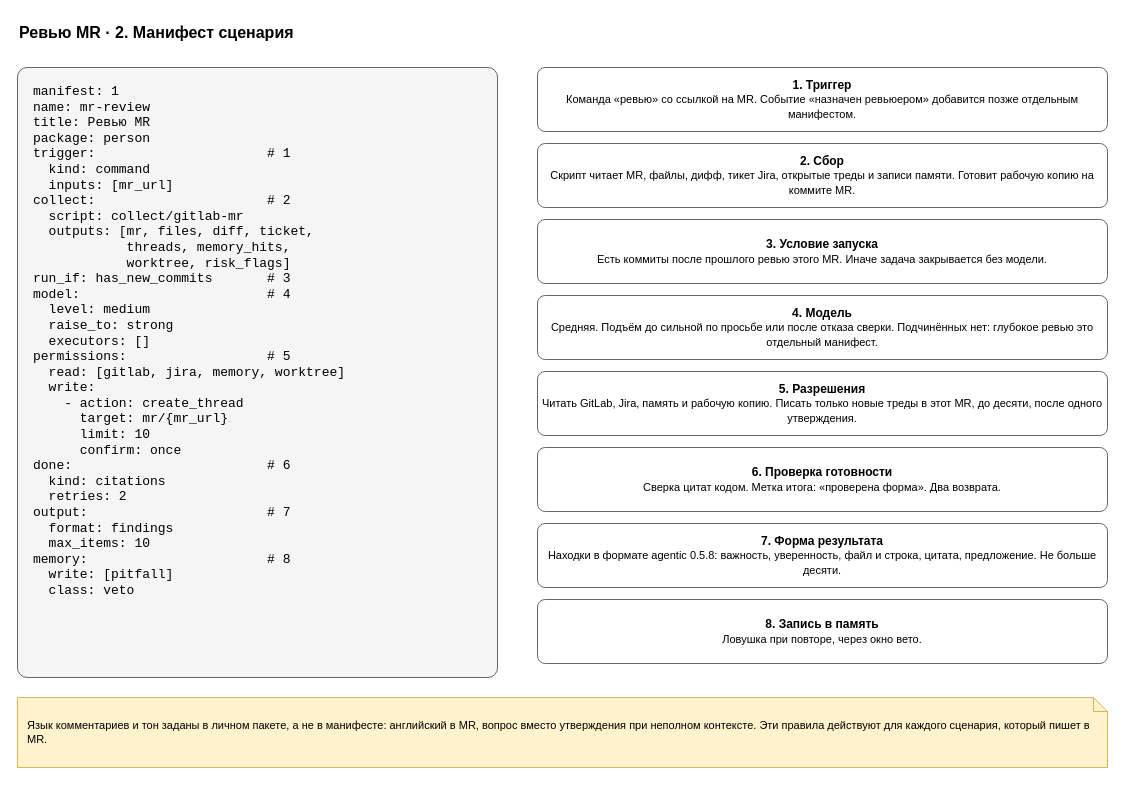
Above: page "2. Манифест" (2 of 7) of docs/spec/harness-instance-mr-review.drawio in roygkov/reins (draw.io), before the change. Source tidied: cells renumbered, new cells numbered last; positions are measured from the earlier drawing's top-left corner, leaving out a move shared by most shapes. Both pictures are drawn from the tidied source at 100%, with x=0, y=0 at pixel (17, 17).
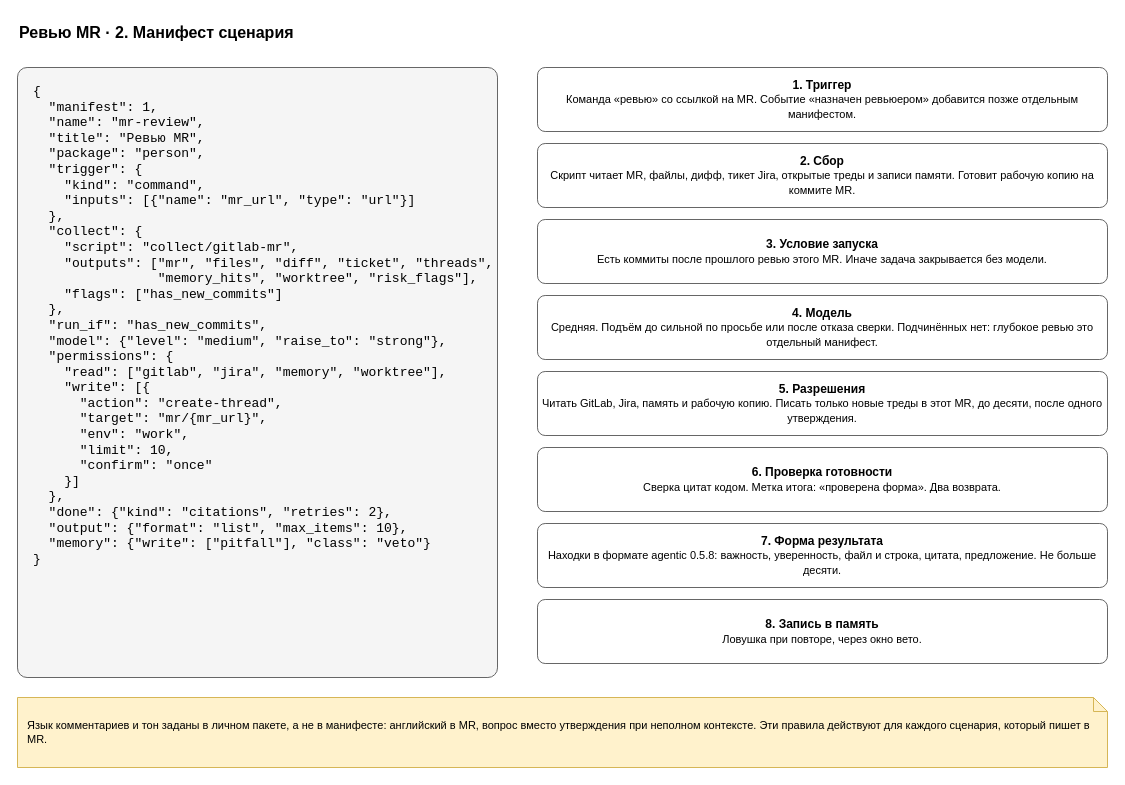
The same page after the edit.

Diff of the diagram source:
```diff
@@
 <mxGraphModel>
   <root>
     <mxCell id="0" />
     <mxCell id="1" parent="0" />
     <mxCell id="2" value="Ревью MR · 2. Манифест сценария" style="text;html=1;align=left;verticalAlign=middle;whiteSpace=wrap;fontSize=16;strokeColor=none;fillColor=none;fontStyle=1;" parent="1" vertex="1">
       <mxGeometry width="900" height="30" as="geometry" />
     </mxCell>
-    <mxCell id="3" value="manifest:&amp;nbsp;1&lt;br&gt;name:&amp;nbsp;mr-review&lt;br&gt;title:&amp;nbsp;Ревью&amp;nbsp;MR&lt;br&gt;package:&amp;nbsp;person&lt;br&gt;trigger:&amp;nbsp;&amp;nbsp;&amp;nbsp;&amp;nbsp;&amp;nbsp;&amp;nbsp;&amp;nbsp;&amp;nbsp;&amp;nbsp;&amp;nbsp;&amp;nbsp;&amp;nbsp;&amp;nbsp;&amp;nbsp;&amp;nbsp;&amp;nbsp;&amp;nbsp;&amp;nbsp;&amp;nbsp;&amp;nbsp;&amp;nbsp;&amp;nbsp;#&amp;nbsp;1&lt;br&gt;&amp;nbsp;&amp;nbsp;kind:&amp;nbsp;command&lt;br&gt;&amp;nbsp;&amp;nbsp;inputs:&amp;nbsp;[mr_url]&lt;br&gt;collect:&amp;nbsp;&amp;nbsp;&amp;nbsp;&amp;nbsp;&amp;nbsp;&amp;nbsp;&amp;nbsp;&amp;nbsp;&amp;nbsp;&amp;nbsp;&amp;nbsp;&amp;nbsp;&amp;nbsp;&amp;nbsp;&amp;nbsp;&amp;nbsp;&amp;nbsp;&amp;nbsp;&amp;nbsp;&amp;nbsp;&amp;nbsp;&amp;nbsp;#&amp;nbsp;2&lt;br&gt;&amp;nbsp;&amp;nbsp;script:&amp;nbsp;collect/gitlab-mr&lt;br&gt;&amp;nbsp;&amp;nbsp;outputs:&amp;nbsp;[mr,&amp;nbsp;files,&amp;nbsp;diff,&amp;nbsp;ticket,&lt;br&gt;&amp;nbsp;&amp;nbsp;&amp;nbsp;&amp;nbsp;&amp;nbsp;&amp;nbsp;&amp;nbsp;&amp;nbsp;&amp;nbsp;&amp;nbsp;&amp;nbsp;&amp;nbsp;threads,&amp;nbsp;memory_hits,&lt;br&gt;&amp;nbsp;&amp;nbsp;&amp;nbsp;&amp;nbsp;&amp;nbsp;&amp;nbsp;&amp;nbsp;&amp;nbsp;&amp;nbsp;&amp;nbsp;&amp;nbsp;&amp;nbsp;worktree,&amp;nbsp;risk_flags]&lt;br&gt;run_if:&amp;nbsp;has_new_commits&amp;nbsp;&amp;nbsp;&amp;nbsp;&amp;nbsp;&amp;nbsp;&amp;nbsp;&amp;nbsp;#&amp;nbsp;3&lt;br&gt;model:&amp;nbsp;&amp;nbsp;&amp;nbsp;&amp;nbsp;&amp;nbsp;&amp;nbsp;&amp;nbsp;&amp;nbsp;&amp;nbsp;&amp;nbsp;&amp;nbsp;&amp;nbsp;&amp;nbsp;&amp;nbsp;&amp;nbsp;&amp;nbsp;&amp;nbsp;&amp;nbsp;&amp;nbsp;&amp;nbsp;&amp;nbsp;&amp;nbsp;&amp;nbsp;&amp;nbsp;#&amp;nbsp;4&lt;br&gt;&amp;nbsp;&amp;nbsp;level:&amp;nbsp;medium&lt;br&gt;&amp;nbsp;&amp;nbsp;raise_to:&amp;nbsp;strong&lt;br&gt;&amp;nbsp;&amp;nbsp;executors:&amp;nbsp;[]&lt;br&gt;permissions:&amp;nbsp;&amp;nbsp;&amp;nbsp;&amp;nbsp;&amp;nbsp;&amp;nbsp;&amp;nbsp;&amp;nbsp;&amp;nbsp;&amp;nbsp;&amp;nbsp;&amp;nbsp;&amp;nbsp;&amp;nbsp;&amp;nbsp;&amp;nbsp;&amp;nbsp;&amp;nbsp;#&amp;nbsp;5&lt;br&gt;&amp;nbsp;&amp;nbsp;read:&amp;nbsp;[gitlab,&amp;nbsp;jira,&amp;nbsp;memory,&amp;nbsp;worktree]&lt;br&gt;&amp;nbsp;&amp;nbsp;write:&lt;br&gt;&amp;nbsp;&amp;nbsp;&amp;nbsp;&amp;nbsp;-&amp;nbsp;action:&amp;nbsp;create_thread&lt;br&gt;&amp;nbsp;&amp;nbsp;&amp;nbsp;&amp;nbsp;&amp;nbsp;&amp;nbsp;target:&amp;nbsp;mr/{mr_url}&lt;br&gt;&amp;nbsp;&amp;nbsp;&amp;nbsp;&amp;nbsp;&amp;nbsp;&amp;nbsp;limit:&amp;nbsp;10&lt;br&gt;&amp;nbsp;&amp;nbsp;&amp;nbsp;&amp;nbsp;&amp;nbsp;&amp;nbsp;confirm:&amp;nbsp;once&lt;br&gt;done:&amp;nbsp;&amp;nbsp;&amp;nbsp;&amp;nbsp;&amp;nbsp;&amp;nbsp;&amp;nbsp;&amp;nbsp;&amp;nbsp;&amp;nbsp;&amp;nbsp;&amp;nbsp;&amp;nbsp;&amp;nbsp;&amp;nbsp;&amp;nbsp;&amp;nbsp;&amp;nbsp;&amp;nbsp;&amp;nbsp;&amp;nbsp;&amp;nbsp;&amp;nbsp;&amp;nbsp;&amp;nbsp;#&amp;nbsp;6&lt;br&gt;&amp;nbsp;&amp;nbsp;kind:&amp;nbsp;citations&lt;br&gt;&amp;nbsp;&amp;nbsp;retries:&amp;nbsp;2&lt;br&gt;output:&amp;nbsp;&amp;nbsp;&amp;nbsp;&amp;nbsp;&amp;nbsp;&amp;nbsp;&amp;nbsp;&amp;nbsp;&amp;nbsp;&amp;nbsp;&amp;nbsp;&amp;nbsp;&amp;nbsp;&amp;nbsp;&amp;nbsp;&amp;nbsp;&amp;nbsp;&amp;nbsp;&amp;nbsp;&amp;nbsp;&amp;nbsp;&amp;nbsp;&amp;nbsp;#&amp;nbsp;7&lt;br&gt;&amp;nbsp;&amp;nbsp;format:&amp;nbsp;findings&lt;br&gt;&amp;nbsp;&amp;nbsp;max_items:&amp;nbsp;10&lt;br&gt;memory:&amp;nbsp;&amp;nbsp;&amp;nbsp;&amp;nbsp;&amp;nbsp;&amp;nbsp;&amp;nbsp;&amp;nbsp;&amp;nbsp;&amp;nbsp;&amp;nbsp;&amp;nbsp;&amp;nbsp;&amp;nbsp;&amp;nbsp;&amp;nbsp;&amp;nbsp;&amp;nbsp;&amp;nbsp;&amp;nbsp;&amp;nbsp;&amp;nbsp;&amp;nbsp;#&amp;nbsp;8&lt;br&gt;&amp;nbsp;&amp;nbsp;write:&amp;nbsp;[pitfall]&lt;br&gt;&amp;nbsp;&amp;nbsp;class:&amp;nbsp;veto" style="rounded=1;whiteSpace=wrap;html=1;fillColor=#f5f5f5;strokeColor=#666666;arcSize=2;align=left;verticalAlign=top;spacingLeft=14;spacingTop=10;fontFamily=Courier New;fontSize=13;" parent="1" vertex="1">
+    <mxCell id="3" value="{&lt;br&gt;&amp;nbsp;&amp;nbsp;&quot;manifest&quot;:&amp;nbsp;1,&lt;br&gt;&amp;nbsp;&amp;nbsp;&quot;name&quot;:&amp;nbsp;&quot;mr-review&quot;,&lt;br&gt;&amp;nbsp;&amp;nbsp;&quot;title&quot;:&amp;nbsp;&quot;Ревью&amp;nbsp;MR&quot;,&lt;br&gt;&amp;nbsp;&amp;nbsp;&quot;package&quot;:&amp;nbsp;&quot;person&quot;,&lt;br&gt;&amp;nbsp;&amp;nbsp;&quot;trigger&quot;:&amp;nbsp;{&lt;br&gt;&amp;nbsp;&amp;nbsp;&amp;nbsp;&amp;nbsp;&quot;kind&quot;:&amp;nbsp;&quot;command&quot;,&lt;br&gt;&amp;nbsp;&amp;nbsp;&amp;nbsp;&amp;nbsp;&quot;inputs&quot;:&amp;nbsp;[{&quot;name&quot;:&amp;nbsp;&quot;mr_url&quot;,&amp;nbsp;&quot;type&quot;:&amp;nbsp;&quot;url&quot;}]&lt;br&gt;&amp;nbsp;&amp;nbsp;},&lt;br&gt;&amp;nbsp;&amp;nbsp;&quot;collect&quot;:&amp;nbsp;{&lt;br&gt;&amp;nbsp;&amp;nbsp;&amp;nbsp;&amp;nbsp;&quot;script&quot;:&amp;nbsp;&quot;collect/gitlab-mr&quot;,&lt;br&gt;&amp;nbsp;&amp;nbsp;&amp;nbsp;&amp;nbsp;&quot;outputs&quot;:&amp;nbsp;[&quot;mr&quot;,&amp;nbsp;&quot;files&quot;,&amp;nbsp;&quot;diff&quot;,&amp;nbsp;&quot;ticket&quot;,&amp;nbsp;&quot;threads&quot;,&lt;br&gt;&amp;nbsp;&amp;nbsp;&amp;nbsp;&amp;nbsp;&amp;nbsp;&amp;nbsp;&amp;nbsp;&amp;nbsp;&amp;nbsp;&amp;nbsp;&amp;nbsp;&amp;nbsp;&amp;nbsp;&amp;nbsp;&amp;nbsp;&amp;nbsp;&quot;memory_hits&quot;,&amp;nbsp;&quot;worktree&quot;,&amp;nbsp;&quot;risk_flags&quot;],&lt;br&gt;&amp;nbsp;&amp;nbsp;&amp;nbsp;&amp;nbsp;&quot;flags&quot;:&amp;nbsp;[&quot;has_new_commits&quot;]&lt;br&gt;&amp;nbsp;&amp;nbsp;},&lt;br&gt;&amp;nbsp;&amp;nbsp;&quot;run_if&quot;:&amp;nbsp;&quot;has_new_commits&quot;,&lt;br&gt;&amp;nbsp;&amp;nbsp;&quot;model&quot;:&amp;nbsp;{&quot;level&quot;:&amp;nbsp;&quot;medium&quot;,&amp;nbsp;&quot;raise_to&quot;:&amp;nbsp;&quot;strong&quot;},&lt;br&gt;&amp;nbsp;&amp;nbsp;&quot;permissions&quot;:&amp;nbsp;{&lt;br&gt;&amp;nbsp;&amp;nbsp;&amp;nbsp;&amp;nbsp;&quot;read&quot;:&amp;nbsp;[&quot;gitlab&quot;,&amp;nbsp;&quot;jira&quot;,&amp;nbsp;&quot;memory&quot;,&amp;nbsp;&quot;worktree&quot;],&lt;br&gt;&amp;nbsp;&amp;nbsp;&amp;nbsp;&amp;nbsp;&quot;write&quot;:&amp;nbsp;[{&lt;br&gt;&amp;nbsp;&amp;nbsp;&amp;nbsp;&amp;nbsp;&amp;nbsp;&amp;nbsp;&quot;action&quot;:&amp;nbsp;&quot;create-thread&quot;,&lt;br&gt;&amp;nbsp;&amp;nbsp;&amp;nbsp;&amp;nbsp;&amp;nbsp;&amp;nbsp;&quot;target&quot;:&amp;nbsp;&quot;mr/{mr_url}&quot;,&lt;br&gt;&amp;nbsp;&amp;nbsp;&amp;nbsp;&amp;nbsp;&amp;nbsp;&amp;nbsp;&quot;env&quot;:&amp;nbsp;&quot;work&quot;,&lt;br&gt;&amp;nbsp;&amp;nbsp;&amp;nbsp;&amp;nbsp;&amp;nbsp;&amp;nbsp;&quot;limit&quot;:&amp;nbsp;10,&lt;br&gt;&amp;nbsp;&amp;nbsp;&amp;nbsp;&amp;nbsp;&amp;nbsp;&amp;nbsp;&quot;confirm&quot;:&amp;nbsp;&quot;once&quot;&lt;br&gt;&amp;nbsp;&amp;nbsp;&amp;nbsp;&amp;nbsp;}]&lt;br&gt;&amp;nbsp;&amp;nbsp;},&lt;br&gt;&amp;nbsp;&amp;nbsp;&quot;done&quot;:&amp;nbsp;{&quot;kind&quot;:&amp;nbsp;&quot;citations&quot;,&amp;nbsp;&quot;retries&quot;:&amp;nbsp;2},&lt;br&gt;&amp;nbsp;&amp;nbsp;&quot;output&quot;:&amp;nbsp;{&quot;format&quot;:&amp;nbsp;&quot;list&quot;,&amp;nbsp;&quot;max_items&quot;:&amp;nbsp;10},&lt;br&gt;&amp;nbsp;&amp;nbsp;&quot;memory&quot;:&amp;nbsp;{&quot;write&quot;:&amp;nbsp;[&quot;pitfall&quot;],&amp;nbsp;&quot;class&quot;:&amp;nbsp;&quot;veto&quot;}&lt;br&gt;}" style="rounded=1;whiteSpace=wrap;html=1;fillColor=#f5f5f5;strokeColor=#666666;arcSize=2;align=left;verticalAlign=top;spacingLeft=14;spacingTop=10;fontFamily=Courier New;fontSize=13;" parent="1" vertex="1">
       <mxGeometry y="50" width="480" height="610" as="geometry" />
     </mxCell>
     <mxCell id="4" value="&lt;b&gt;1. Триггер&lt;/b&gt;&lt;br&gt;&lt;font style=&quot;font-size:11px&quot;&gt;Команда «ревью» со ссылкой на MR. Событие «назначен ревьюером» добавится позже отдельным манифестом.&lt;/font&gt;" style="rounded=1;whiteSpace=wrap;html=1;fillColor=#ffffff;strokeColor=#666666;arcSize=12;" parent="1" vertex="1">
       <mxGeometry x="520" y="50" width="570" height="64" as="geometry" />
     </mxCell>
     <mxCell id="5" value="&lt;b&gt;2. Сбор&lt;/b&gt;&lt;br&gt;&lt;font style=&quot;font-size:11px&quot;&gt;Скрипт читает MR, файлы, дифф, тикет Jira, открытые треды и записи памяти. Готовит рабочую копию на коммите MR.&lt;/font&gt;" style="rounded=1;whiteSpace=wrap;html=1;fillColor=#ffffff;strokeColor=#666666;arcSize=12;" parent="1" vertex="1">
       <mxGeometry x="520" y="126" width="570" height="64" as="geometry" />
     </mxCell>
     <mxCell id="6" value="&lt;b&gt;3. Условие запуска&lt;/b&gt;&lt;br&gt;&lt;font style=&quot;font-size:11px&quot;&gt;Есть коммиты после прошлого ревью этого MR. Иначе задача закрывается без модели.&lt;/font&gt;" style="rounded=1;whiteSpace=wrap;html=1;fillColor=#ffffff;strokeColor=#666666;arcSize=12;" parent="1" vertex="1">
       <mxGeometry x="520" y="202" width="570" height="64" as="geometry" />
     </mxCell>
     <mxCell id="7" value="&lt;b&gt;4. Модель&lt;/b&gt;&lt;br&gt;&lt;font style=&quot;font-size:11px&quot;&gt;Средняя. Подъём до сильной по просьбе или после отказа сверки. Подчинённых нет: глубокое ревью это отдельный манифест.&lt;/font&gt;" style="rounded=1;whiteSpace=wrap;html=1;fillColor=#ffffff;strokeColor=#666666;arcSize=12;" parent="1" vertex="1">
       <mxGeometry x="520" y="278" width="570" height="64" as="geometry" />
     </mxCell>
     <mxCell id="8" value="&lt;b&gt;5. Разрешения&lt;/b&gt;&lt;br&gt;&lt;font style=&quot;font-size:11px&quot;&gt;Читать GitLab, Jira, память и рабочую копию. Писать только новые треды в этот MR, до десяти, после одного утверждения.&lt;/font&gt;" style="rounded=1;whiteSpace=wrap;html=1;fillColor=#ffffff;strokeColor=#666666;arcSize=12;" parent="1" vertex="1">
       <mxGeometry x="520" y="354" width="570" height="64" as="geometry" />
     </mxCell>
     <mxCell id="9" value="&lt;b&gt;6. Проверка готовности&lt;/b&gt;&lt;br&gt;&lt;font style=&quot;font-size:11px&quot;&gt;Сверка цитат кодом. Метка итога: «проверена форма». Два возврата.&lt;/font&gt;" style="rounded=1;whiteSpace=wrap;html=1;fillColor=#ffffff;strokeColor=#666666;arcSize=12;" parent="1" vertex="1">
       <mxGeometry x="520" y="430" width="570" height="64" as="geometry" />
     </mxCell>
     <mxCell id="10" value="&lt;b&gt;7. Форма результата&lt;/b&gt;&lt;br&gt;&lt;font style=&quot;font-size:11px&quot;&gt;Находки в формате agentic 0.5.8: важность, уверенность, файл и строка, цитата, предложение. Не больше десяти.&lt;/font&gt;" style="rounded=1;whiteSpace=wrap;html=1;fillColor=#ffffff;strokeColor=#666666;arcSize=12;" parent="1" vertex="1">
       <mxGeometry x="520" y="506" width="570" height="64" as="geometry" />
     </mxCell>
     <mxCell id="11" value="&lt;b&gt;8. Запись в память&lt;/b&gt;&lt;br&gt;&lt;font style=&quot;font-size:11px&quot;&gt;Ловушка при повторе, через окно вето.&lt;/font&gt;" style="rounded=1;whiteSpace=wrap;html=1;fillColor=#ffffff;strokeColor=#666666;arcSize=12;" parent="1" vertex="1">
       <mxGeometry x="520" y="582" width="570" height="64" as="geometry" />
     </mxCell>
     <mxCell id="12" value="Язык комментариев и тон заданы в личном пакете, а не в манифесте: английский в MR, вопрос вместо утверждения при неполном контексте. Эти правила действуют для каждого сценария, который пишет в MR." style="shape=note;whiteSpace=wrap;html=1;backgroundOutline=1;size=14;fillColor=#fff2cc;strokeColor=#d6b656;align=left;spacingLeft=8;spacingRight=8;fontSize=11;" parent="1" vertex="1">
       <mxGeometry y="680" width="1090" height="70" as="geometry" />
     </mxCell>
   </root>
 </mxGraphModel>
```
